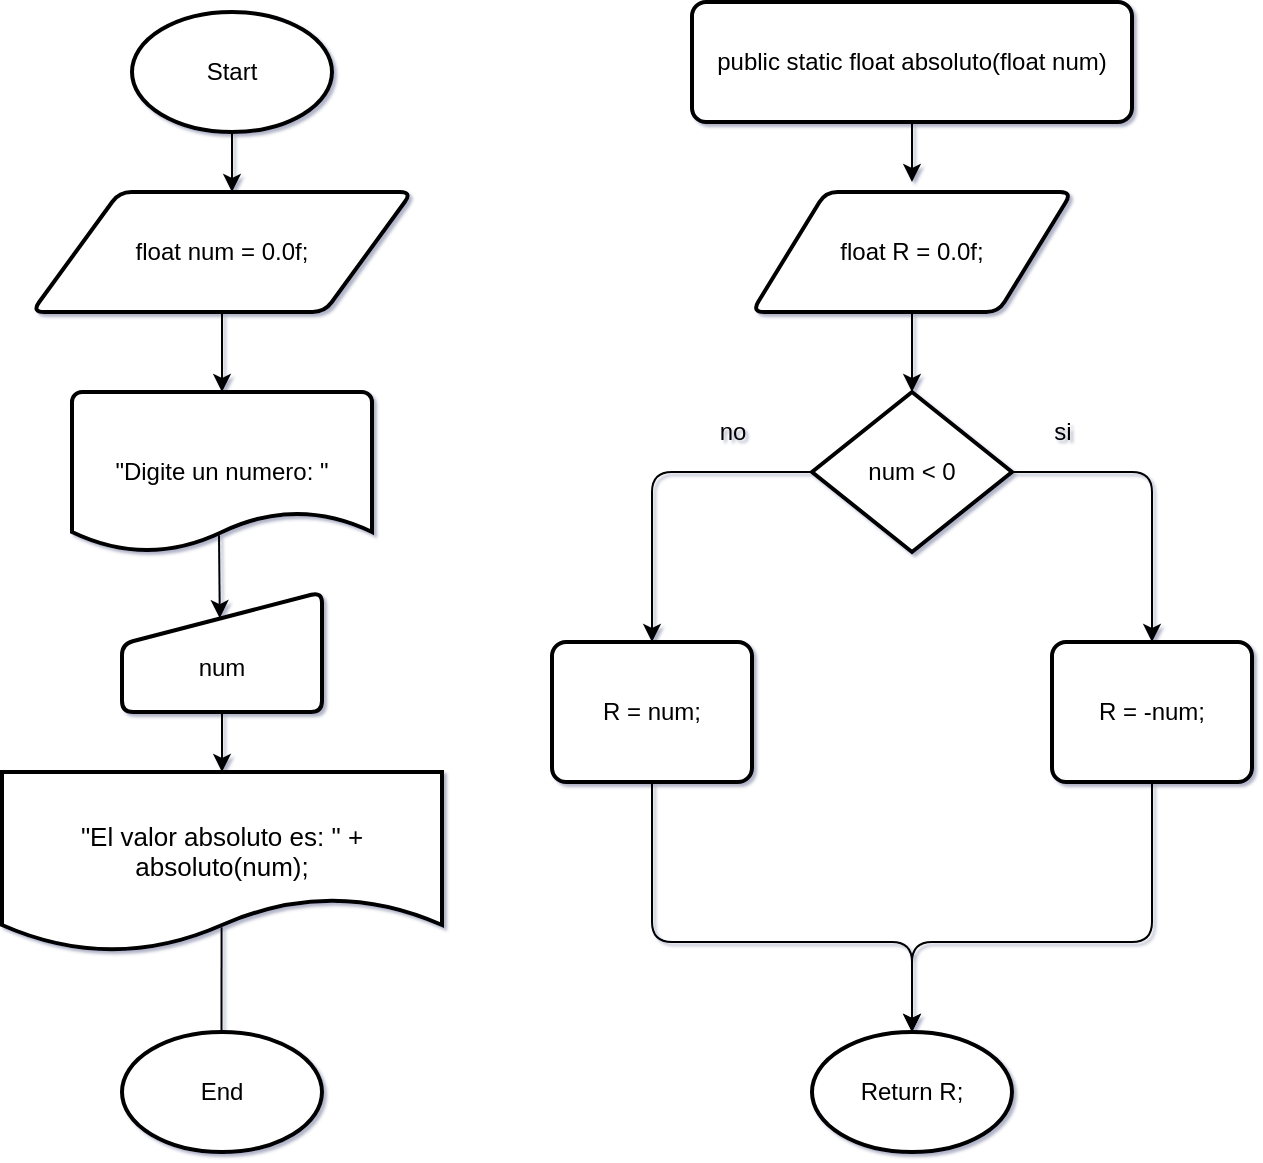
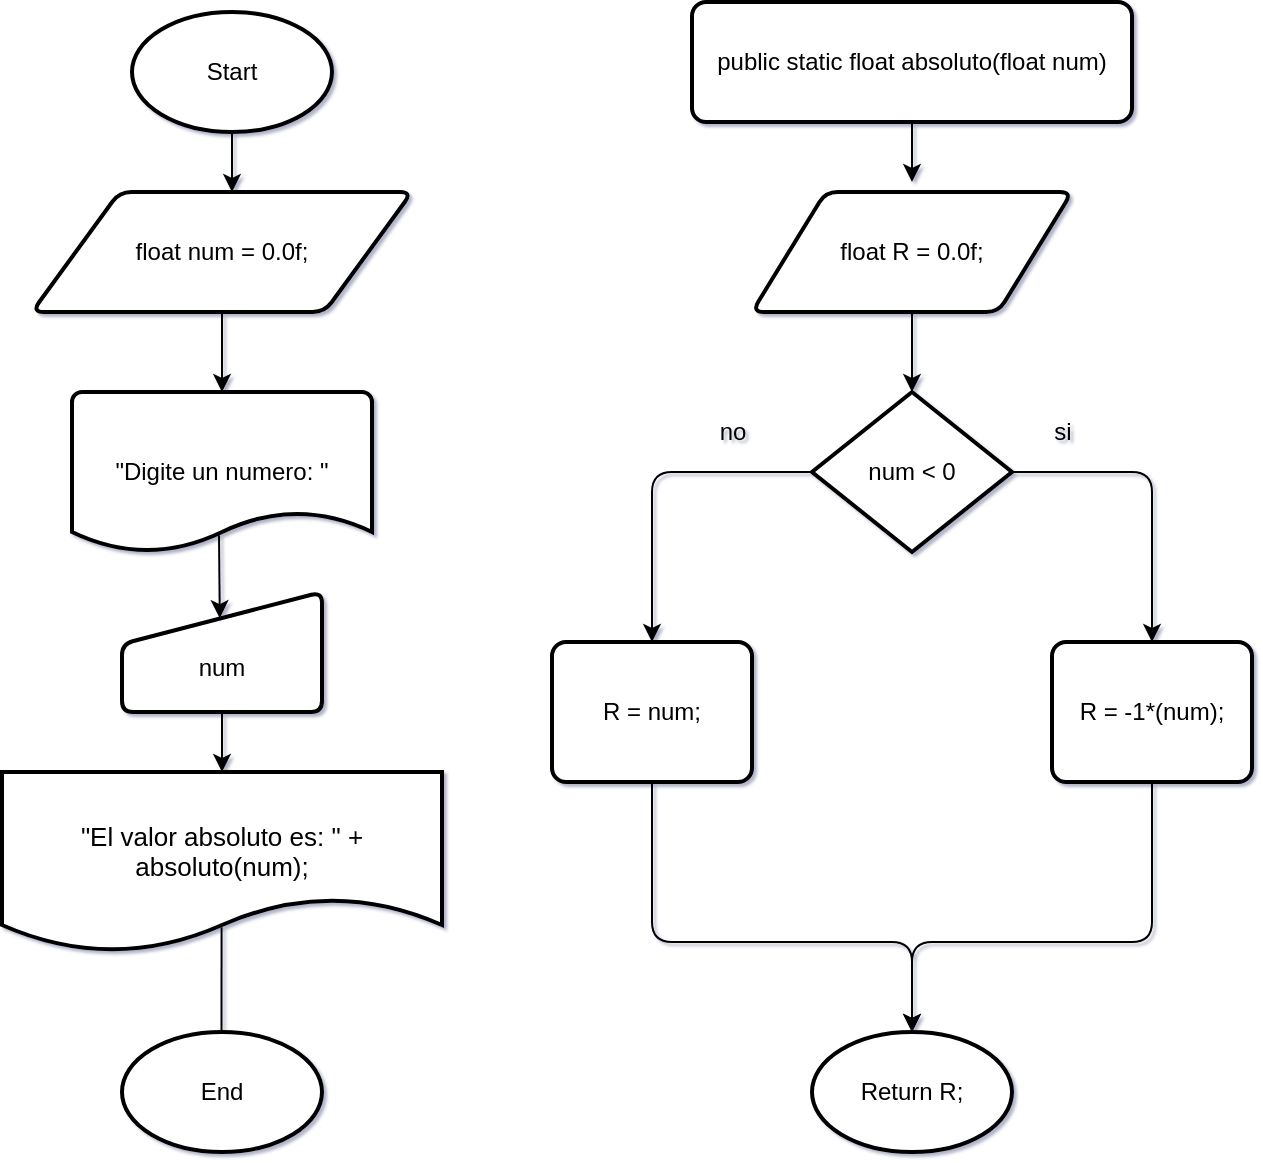
<mxfile host="65bd71144e">
    <diagram id="QYo2G5vxiy9yxWB6itRh" name="Page-1">
-         <mxGraphModel dx="831" dy="656" grid="1" gridSize="10" guides="1" tooltips="1" connect="1" arrows="1" fold="1" page="1" pageScale="1" pageWidth="850" pageHeight="1100" math="0" shadow="1">
+         <mxGraphModel dx="1109" dy="661" grid="1" gridSize="10" guides="1" tooltips="1" connect="1" arrows="1" fold="1" page="1" pageScale="1" pageWidth="850" pageHeight="1100" math="0" shadow="1">
            <root>
                <mxCell id="0"/>
                <mxCell id="1" parent="0"/>
                <mxCell id="3" style="edgeStyle=none;html=1;" parent="1" source="2" edge="1">
                    <mxGeometry relative="1" as="geometry">
                        <mxPoint x="390" y="160" as="targetPoint"/>
                    </mxGeometry>
                </mxCell>
                <mxCell id="2" value="Start" style="strokeWidth=2;html=1;shape=mxgraph.flowchart.start_1;whiteSpace=wrap;" parent="1" vertex="1">
                    <mxGeometry x="340" y="70" width="100" height="60" as="geometry"/>
                </mxCell>
                <mxCell id="4" value="float num = 0.0f;" style="shape=parallelogram;html=1;strokeWidth=2;perimeter=parallelogramPerimeter;whiteSpace=wrap;rounded=1;arcSize=12;size=0.23;" parent="1" vertex="1">
                    <mxGeometry x="290" y="160" width="190" height="60" as="geometry"/>
                </mxCell>
                <mxCell id="6" value="&quot;Digite un numero: &quot;" style="strokeWidth=2;html=1;shape=mxgraph.flowchart.document2;whiteSpace=wrap;size=0.25;" parent="1" vertex="1">
                    <mxGeometry x="310" y="260" width="150" height="80" as="geometry"/>
                </mxCell>
                <mxCell id="7" style="edgeStyle=none;html=1;entryX=0.5;entryY=0;entryDx=0;entryDy=0;entryPerimeter=0;" parent="1" source="4" target="6" edge="1">
                    <mxGeometry relative="1" as="geometry"/>
                </mxCell>
                <mxCell id="8" value="&lt;div&gt;&lt;br&gt;&lt;/div&gt;&lt;div&gt;num&lt;/div&gt;" style="html=1;strokeWidth=2;shape=manualInput;whiteSpace=wrap;rounded=1;size=26;arcSize=11;" parent="1" vertex="1">
                    <mxGeometry x="335" y="360" width="100" height="60" as="geometry"/>
                </mxCell>
                <mxCell id="9" style="edgeStyle=none;html=1;entryX=0.489;entryY=0.218;entryDx=0;entryDy=0;entryPerimeter=0;exitX=0.49;exitY=0.895;exitDx=0;exitDy=0;exitPerimeter=0;" parent="1" source="6" target="8" edge="1">
                    <mxGeometry relative="1" as="geometry"/>
                </mxCell>
                <mxCell id="15" style="edgeStyle=none;html=1;entryX=0.5;entryY=0;entryDx=0;entryDy=0;" parent="1" source="12" edge="1">
                    <mxGeometry relative="1" as="geometry">
                        <mxPoint x="730.0000000000002" y="155" as="targetPoint"/>
                    </mxGeometry>
                </mxCell>
                <mxCell id="12" value="public static float absoluto(float num)" style="rounded=1;whiteSpace=wrap;html=1;absoluteArcSize=1;arcSize=14;strokeWidth=2;" parent="1" vertex="1">
                    <mxGeometry x="620" y="65" width="220" height="60" as="geometry"/>
                </mxCell>
                <mxCell id="19" value="" style="edgeStyle=none;html=1;entryX=0.5;entryY=0;entryDx=0;entryDy=0;exitX=0.5;exitY=1;exitDx=0;exitDy=0;" parent="1" source="8" edge="1">
                    <mxGeometry relative="1" as="geometry">
                        <mxPoint x="385" y="440" as="sourcePoint"/>
                        <mxPoint x="385" y="450" as="targetPoint"/>
                    </mxGeometry>
                </mxCell>
                <mxCell id="26" value="Return R;" style="strokeWidth=2;html=1;shape=mxgraph.flowchart.start_1;whiteSpace=wrap;" parent="1" vertex="1">
                    <mxGeometry x="680" y="580" width="100" height="60" as="geometry"/>
                </mxCell>
                <mxCell id="30" value="&lt;div&gt;&lt;br&gt;&lt;/div&gt;&quot;El valor absoluto es: &quot; + absoluto(num);" style="shape=document;whiteSpace=wrap;html=1;boundedLbl=1;strokeWidth=2;fontSize=13;" parent="1" vertex="1">
                    <mxGeometry x="275" y="450" width="220" height="90" as="geometry"/>
                </mxCell>
-                 <mxCell id="34" value="" style="endArrow=classic;html=1;exitX=0.499;exitY=0.863;exitDx=0;exitDy=0;exitPerimeter=0;" parent="1" edge="1" source="30">
+                 <mxCell id="34" value="" style="endArrow=classic;html=1;exitX=0.499;exitY=0.863;exitDx=0;exitDy=0;exitPerimeter=0;" parent="1" source="30" edge="1">
                    <mxGeometry width="50" height="50" relative="1" as="geometry">
                        <mxPoint x="384.74" y="530" as="sourcePoint"/>
                        <mxPoint x="384.74" y="590" as="targetPoint"/>
                    </mxGeometry>
                </mxCell>
                <mxCell id="35" value="End" style="strokeWidth=2;html=1;shape=mxgraph.flowchart.start_1;whiteSpace=wrap;" parent="1" vertex="1">
                    <mxGeometry x="335" y="580" width="100" height="60" as="geometry"/>
                </mxCell>
-                 <mxCell id="46" style="edgeStyle=none;html=1;exitX=0;exitY=0.5;exitDx=0;exitDy=0;exitPerimeter=0;" edge="1" parent="1" source="44">
+                 <mxCell id="46" style="edgeStyle=none;html=1;exitX=0;exitY=0.5;exitDx=0;exitDy=0;exitPerimeter=0;" parent="1" source="44" edge="1">
                    <mxGeometry relative="1" as="geometry">
                        <mxPoint x="600" y="385" as="targetPoint"/>
                        <Array as="points">
                            <mxPoint x="600" y="300"/>
                        </Array>
                    </mxGeometry>
                </mxCell>
-                 <mxCell id="47" style="edgeStyle=none;html=1;exitX=1;exitY=0.5;exitDx=0;exitDy=0;exitPerimeter=0;" edge="1" parent="1" source="44">
+                 <mxCell id="47" style="edgeStyle=none;html=1;exitX=1;exitY=0.5;exitDx=0;exitDy=0;exitPerimeter=0;" parent="1" source="44" edge="1">
                    <mxGeometry relative="1" as="geometry">
                        <mxPoint x="850" y="385" as="targetPoint"/>
                        <Array as="points">
                            <mxPoint x="850" y="300"/>
                        </Array>
                    </mxGeometry>
                </mxCell>
-                 <mxCell id="44" value="num &amp;lt; 0" style="strokeWidth=2;html=1;shape=mxgraph.flowchart.decision;whiteSpace=wrap;" vertex="1" parent="1">
+                 <mxCell id="44" value="num &amp;lt; 0" style="strokeWidth=2;html=1;shape=mxgraph.flowchart.decision;whiteSpace=wrap;" parent="1" vertex="1">
                    <mxGeometry x="680" y="260" width="100" height="80" as="geometry"/>
                </mxCell>
-                 <mxCell id="49" value="si" style="text;html=1;align=center;verticalAlign=middle;resizable=0;points=[];autosize=1;strokeColor=none;fillColor=none;" vertex="1" parent="1">
+                 <mxCell id="49" value="si" style="text;html=1;align=center;verticalAlign=middle;resizable=0;points=[];autosize=1;strokeColor=none;fillColor=none;" parent="1" vertex="1">
                    <mxGeometry x="790" y="265" width="30" height="30" as="geometry"/>
                </mxCell>
-                 <mxCell id="50" value="no" style="text;html=1;align=center;verticalAlign=middle;resizable=0;points=[];autosize=1;strokeColor=none;fillColor=none;" vertex="1" parent="1">
+                 <mxCell id="50" value="no" style="text;html=1;align=center;verticalAlign=middle;resizable=0;points=[];autosize=1;strokeColor=none;fillColor=none;" parent="1" vertex="1">
                    <mxGeometry x="620" y="265" width="40" height="30" as="geometry"/>
                </mxCell>
-                 <mxCell id="51" value="R = num;" style="rounded=1;whiteSpace=wrap;html=1;absoluteArcSize=1;arcSize=14;strokeWidth=2;" vertex="1" parent="1">
+                 <mxCell id="51" value="R = num;" style="rounded=1;whiteSpace=wrap;html=1;absoluteArcSize=1;arcSize=14;strokeWidth=2;" parent="1" vertex="1">
                    <mxGeometry x="550" y="385" width="100" height="70" as="geometry"/>
                </mxCell>
-                 <mxCell id="52" value="R = -num;" style="rounded=1;whiteSpace=wrap;html=1;absoluteArcSize=1;arcSize=14;strokeWidth=2;" vertex="1" parent="1">
+                 <mxCell id="52" value="R = -1*(num);" style="rounded=1;whiteSpace=wrap;html=1;absoluteArcSize=1;arcSize=14;strokeWidth=2;" parent="1" vertex="1">
                    <mxGeometry x="800" y="385" width="100" height="70" as="geometry"/>
                </mxCell>
-                 <mxCell id="53" style="edgeStyle=none;html=1;entryX=0.5;entryY=0;entryDx=0;entryDy=0;entryPerimeter=0;exitX=0.5;exitY=1;exitDx=0;exitDy=0;" edge="1" parent="1" source="51" target="26">
+                 <mxCell id="53" style="edgeStyle=none;html=1;entryX=0.5;entryY=0;entryDx=0;entryDy=0;entryPerimeter=0;exitX=0.5;exitY=1;exitDx=0;exitDy=0;" parent="1" source="51" target="26" edge="1">
                    <mxGeometry relative="1" as="geometry">
                        <Array as="points">
                            <mxPoint x="600" y="535"/>
                            <mxPoint x="730" y="535"/>
                        </Array>
                    </mxGeometry>
                </mxCell>
-                 <mxCell id="54" style="edgeStyle=none;html=1;entryX=0.5;entryY=0;entryDx=0;entryDy=0;entryPerimeter=0;" edge="1" parent="1" source="52" target="26">
+                 <mxCell id="54" style="edgeStyle=none;html=1;entryX=0.5;entryY=0;entryDx=0;entryDy=0;entryPerimeter=0;" parent="1" source="52" target="26" edge="1">
                    <mxGeometry relative="1" as="geometry">
                        <Array as="points">
                            <mxPoint x="850" y="535"/>
                            <mxPoint x="730" y="535"/>
                        </Array>
                    </mxGeometry>
                </mxCell>
-                 <mxCell id="55" value="float R = 0.0f;" style="shape=parallelogram;html=1;strokeWidth=2;perimeter=parallelogramPerimeter;whiteSpace=wrap;rounded=1;arcSize=12;size=0.23;" vertex="1" parent="1">
+                 <mxCell id="55" value="float R = 0.0f;" style="shape=parallelogram;html=1;strokeWidth=2;perimeter=parallelogramPerimeter;whiteSpace=wrap;rounded=1;arcSize=12;size=0.23;" parent="1" vertex="1">
                    <mxGeometry x="650" y="160" width="160" height="60" as="geometry"/>
                </mxCell>
-                 <mxCell id="56" style="edgeStyle=none;html=1;entryX=0.5;entryY=0;entryDx=0;entryDy=0;entryPerimeter=0;" edge="1" parent="1" source="55" target="44">
+                 <mxCell id="56" style="edgeStyle=none;html=1;entryX=0.5;entryY=0;entryDx=0;entryDy=0;entryPerimeter=0;" parent="1" source="55" target="44" edge="1">
                    <mxGeometry relative="1" as="geometry"/>
                </mxCell>
            </root>
        </mxGraphModel>
    </diagram>
</mxfile>